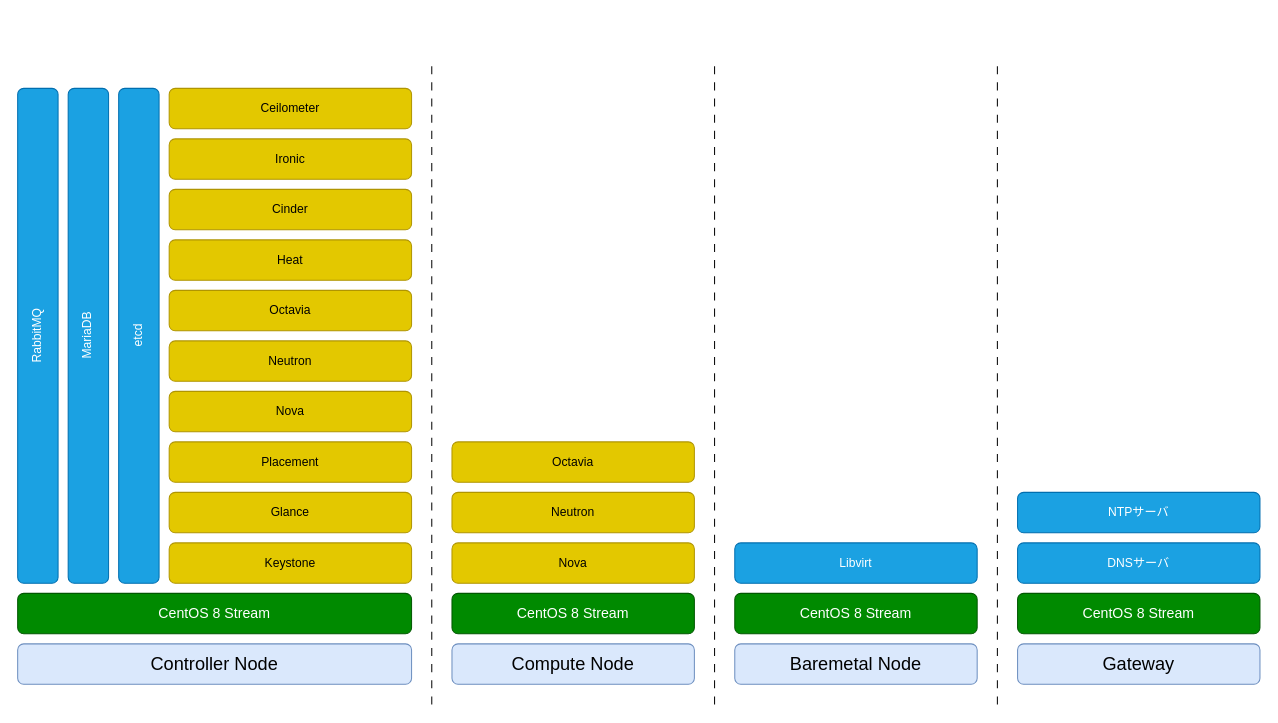
9506hqwy/openstack_study_notes keeps this draw.io diagram as _static/image/software_diagram.drawio. Above is the earlier version. Source tidied: cells renumbered, new cells numbered last; positions are measured from the earlier drawing's top-left corner, leaving out a move shared by most shapes. Both pictures are drawn from the tidied source at 101%, with x=0, y=0 at pixel (17, 58).
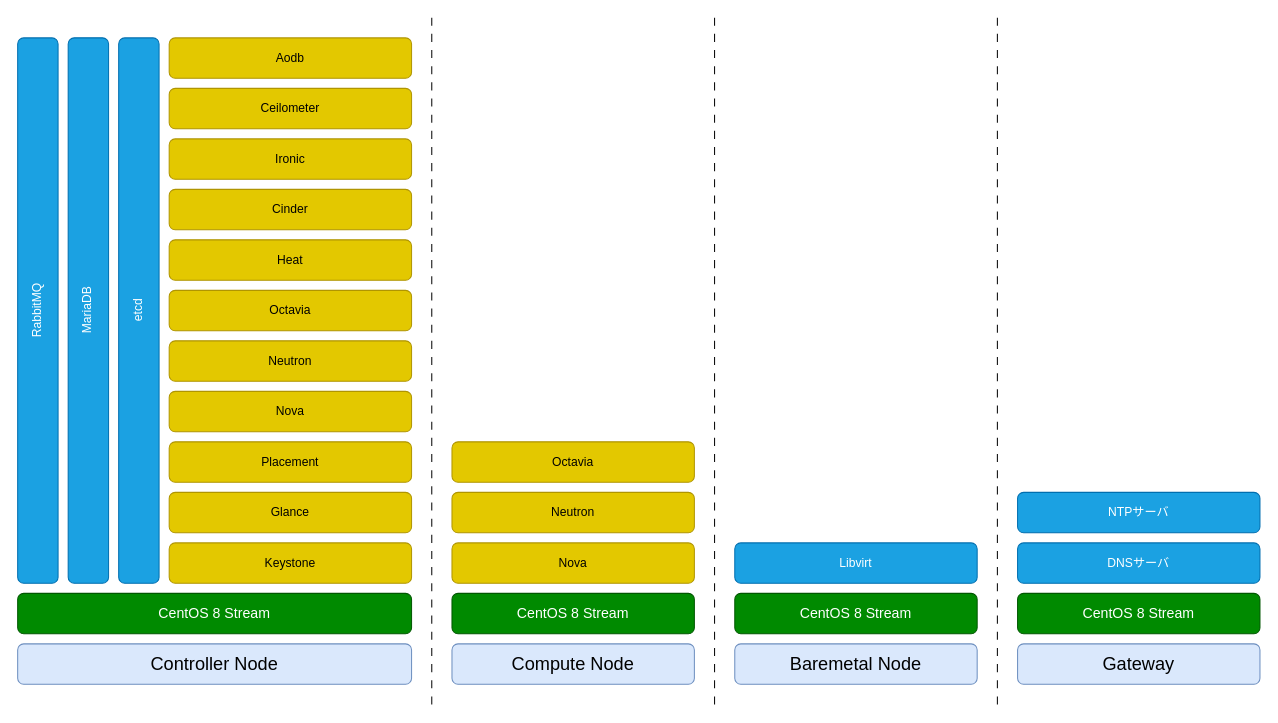
The same page after the edit.

Change to the diagram source:
```diff
@@
     <mxCell id="11" value="RabbitMQ" style="rounded=1;whiteSpace=wrap;html=1;fillColor=#1ba1e2;strokeColor=#006EAF;direction=north;textDirection=vertical-rl;rotation=-180;fontColor=#ffffff;" parent="1" vertex="1">
-      <mxGeometry y="30" width="40" height="490" as="geometry" />
+      <mxGeometry y="-20" width="40" height="540" as="geometry" />
     </mxCell>
     <mxCell id="12" value="MariaDB" style="rounded=1;whiteSpace=wrap;html=1;fillColor=#1ba1e2;strokeColor=#006EAF;direction=north;textDirection=vertical-rl;rotation=-180;fontColor=#ffffff;" parent="1" vertex="1">
-      <mxGeometry x="50" y="30" width="40" height="490" as="geometry" />
+      <mxGeometry x="50" y="-20" width="40" height="540" as="geometry" />
     </mxCell>
     <mxCell id="13" value="etcd" style="rounded=1;whiteSpace=wrap;html=1;fillColor=#1ba1e2;strokeColor=#006EAF;direction=north;textDirection=vertical-rl;rotation=-180;fontColor=#ffffff;" parent="1" vertex="1">
-      <mxGeometry x="100" y="30" width="40" height="490" as="geometry" />
+      <mxGeometry x="100" y="-20" width="40" height="540" as="geometry" />
     </mxCell>
@@
     <mxCell id="18" style="endArrow=none;html=1;rounded=0;dashed=1;dashPattern=8 8;" parent="1" edge="1">
       <mxGeometry relative="1" as="geometry">
         <mxPoint x="970" y="640" as="sourcePoint" />
-        <mxPoint x="970" as="targetPoint" />
+        <mxPoint x="970" y="-40" as="targetPoint" />
       </mxGeometry>
     </mxCell>
     <mxCell id="19" style="endArrow=none;html=1;rounded=0;dashed=1;dashPattern=8 8;" parent="1" edge="1">
       <mxGeometry relative="1" as="geometry">
         <mxPoint x="690" y="640" as="sourcePoint" />
-        <mxPoint x="690" as="targetPoint" />
+        <mxPoint x="690" y="-40" as="targetPoint" />
       </mxGeometry>
     </mxCell>
@@
     <mxCell id="23" style="endArrow=none;html=1;rounded=0;dashed=1;dashPattern=8 8;" parent="1" edge="1">
       <mxGeometry relative="1" as="geometry">
         <mxPoint x="410" y="640" as="sourcePoint" />
-        <mxPoint x="410" as="targetPoint" />
+        <mxPoint x="410" y="-40" as="targetPoint" />
       </mxGeometry>
     </mxCell>
@@
+    <mxCell id="32" value="Aodb" style="rounded=1;whiteSpace=wrap;html=1;fillColor=#e3c800;strokeColor=#B09500;fontColor=#000000;" parent="1" vertex="1">
+      <mxGeometry x="150" y="-20" width="240" height="40" as="geometry" />
+    </mxCell>
```
